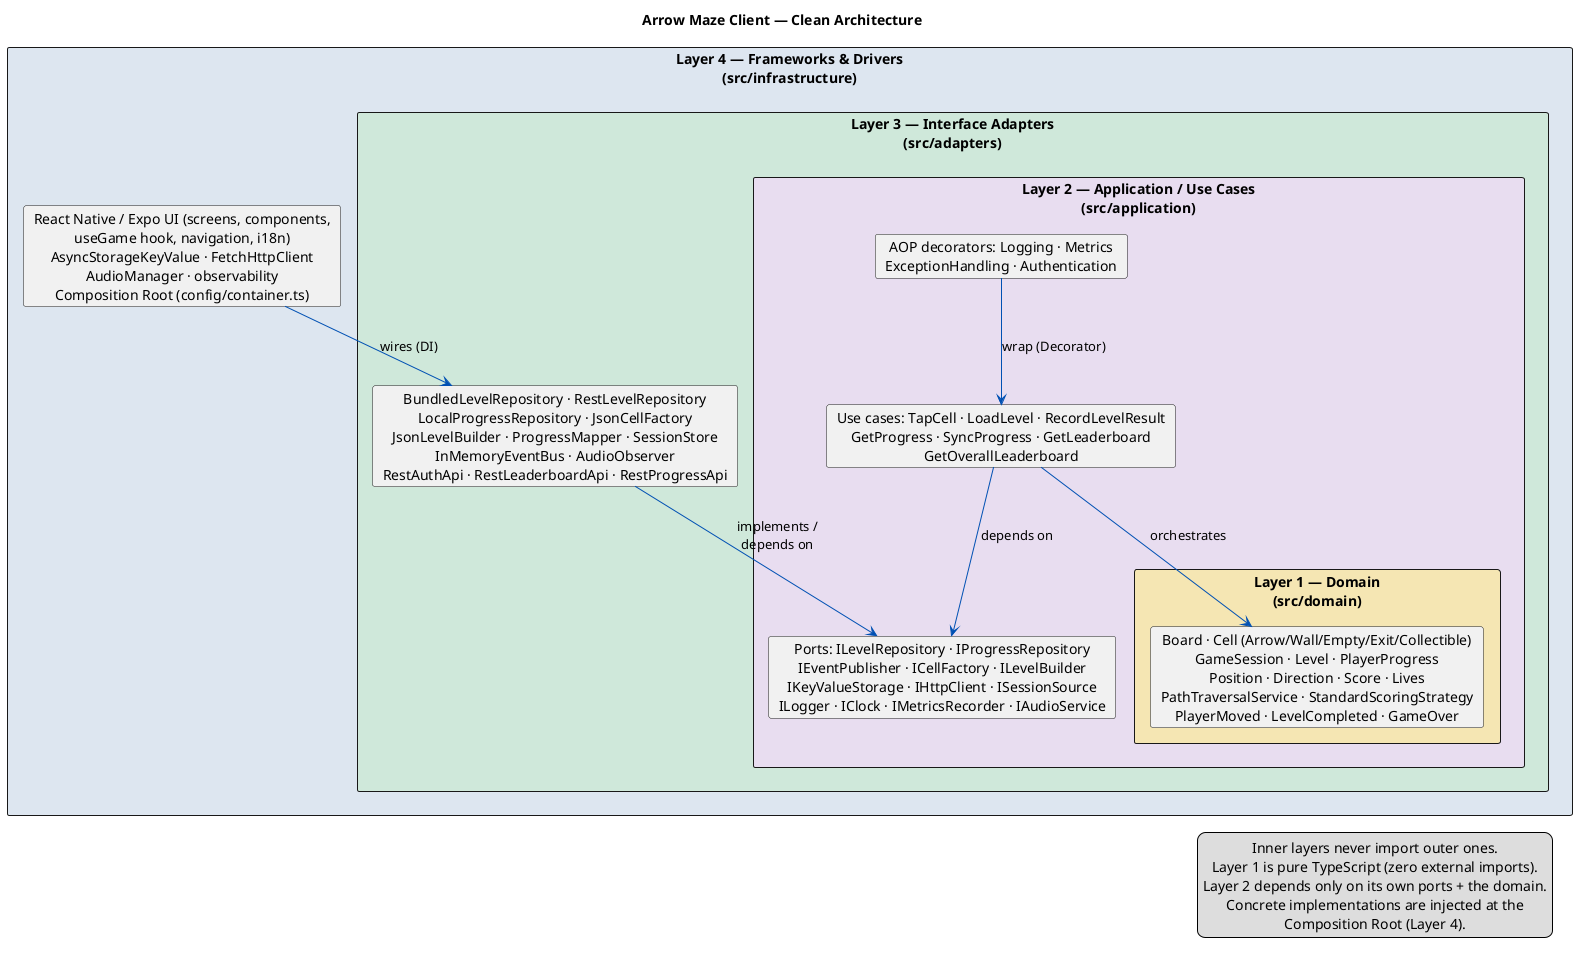
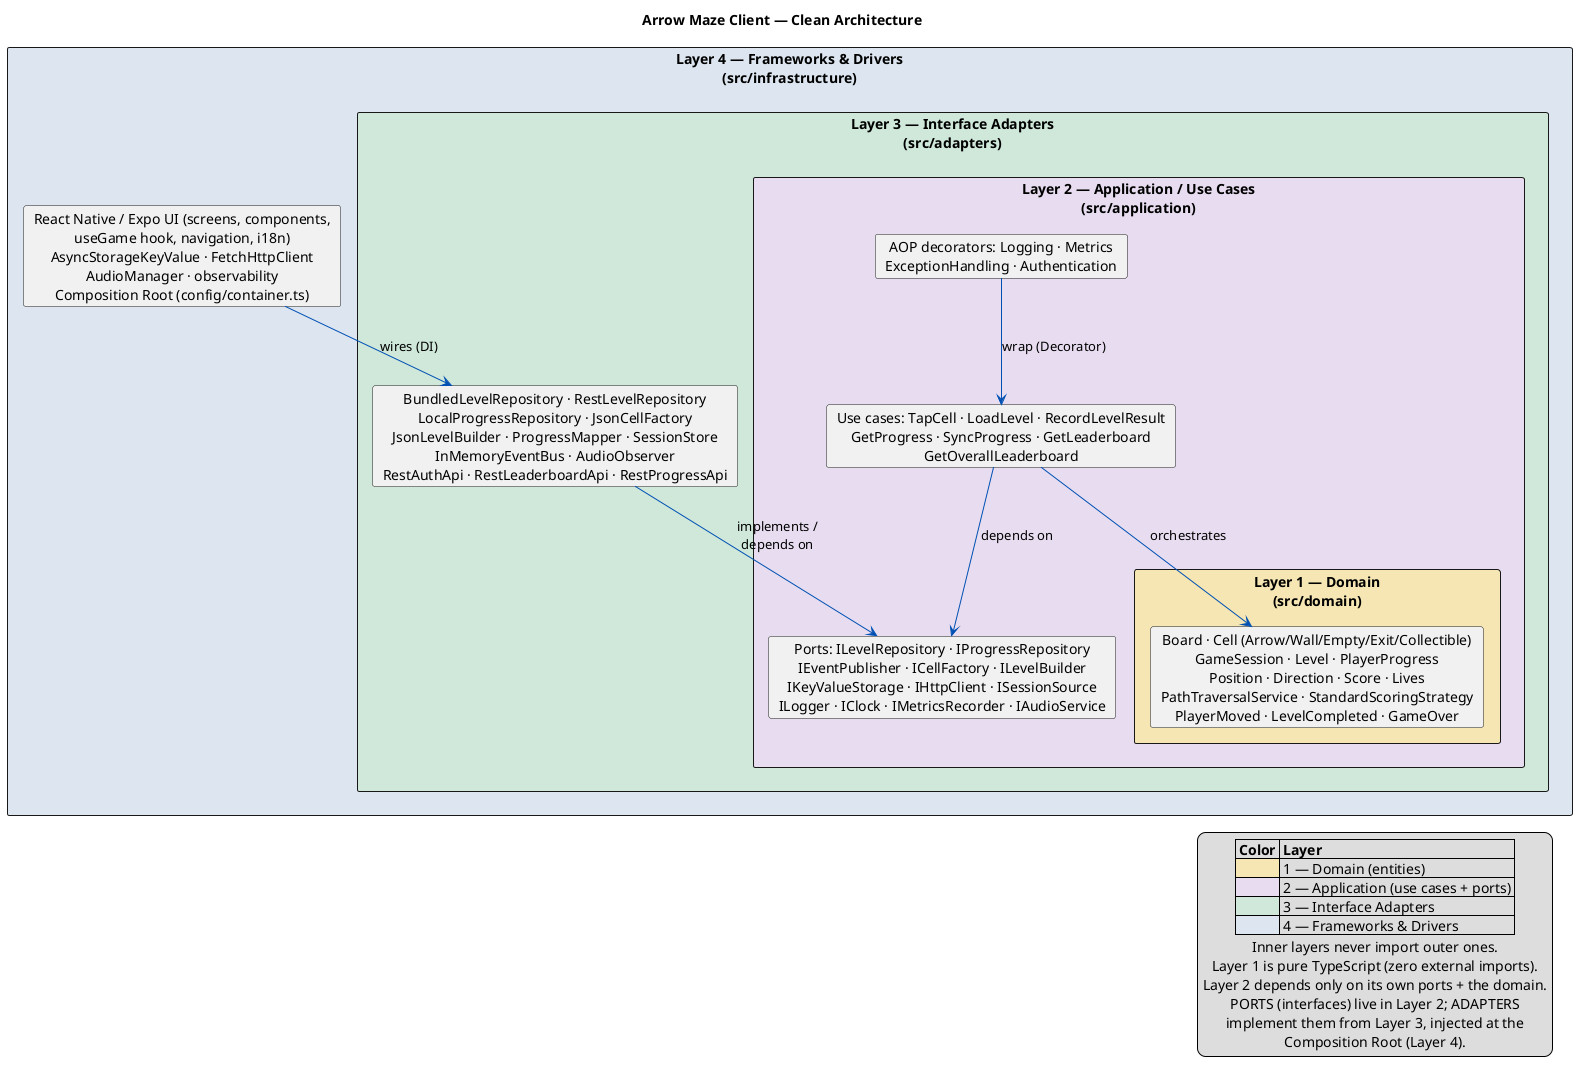
@startuml clean-architecture
' Arrow Maze Client — Clean Architecture (concentric layers, dependency rule)
' Editable source for docs/diagrams/clean-architecture.png (render with any
' PlantUML tool). Nested boxes = concentric rings; arrows always point INWARD.
title Arrow Maze Client — Clean Architecture

skinparam shadowing false
skinparam defaultTextAlignment center

rectangle "Layer 4 — Frameworks & Drivers\n(src/infrastructure)" #DDE6F0 {
  rectangle "Layer 3 — Interface Adapters\n(src/adapters)" #CFE8DA {
    rectangle "Layer 2 — Application / Use Cases\n(src/application)" #E8DDF0 {
      rectangle "Layer 1 — Domain\n(src/domain)" #F5E6B3 {
        card "Board · Cell (Arrow/Wall/Empty/Exit/Collectible)\nGameSession · Level · PlayerProgress\nPosition · Direction · Score · Lives\nPathTraversalService · StandardScoringStrategy\nPlayerMoved · LevelCompleted · GameOver" as DOMAIN
      }
      card "Use cases: TapCell · LoadLevel · RecordLevelResult\nGetProgress · SyncProgress · GetLeaderboard\nGetOverallLeaderboard" as USECASES
      card "Ports: ILevelRepository · IProgressRepository\nIEventPublisher · ICellFactory · ILevelBuilder\nIKeyValueStorage · IHttpClient · ISessionSource\nILogger · IClock · IMetricsRecorder · IAudioService" as PORTS
      card "AOP decorators: Logging · Metrics\nExceptionHandling · Authentication" as ASPECTS
    }
    card "BundledLevelRepository · RestLevelRepository\nLocalProgressRepository · JsonCellFactory\nJsonLevelBuilder · ProgressMapper · SessionStore\nInMemoryEventBus · AudioObserver\nRestAuthApi · RestLeaderboardApi · RestProgressApi" as ADAPTERS
  }
  card "React Native / Expo UI (screens, components,\nuseGame hook, navigation, i18n)\nAsyncStorageKeyValue · FetchHttpClient\nAudioManager · observability\nComposition Root (config/container.ts)" as INFRA
}

' Dependency rule: arrows always point INWARD
INFRA -[#0050B3]-> ADAPTERS : wires (DI)
ADAPTERS -[#0050B3]-> PORTS : implements /\ndepends on
USECASES -[#0050B3]-> PORTS : depends on
USECASES -[#0050B3]-> DOMAIN : orchestrates
ASPECTS -[#0050B3]-> USECASES : wrap (Decorator)

legend right
+   |= Color |= Layer |
+   |<#F5E6B3> | 1 — Domain (entities) |
+   |<#E8DDF0> | 2 — Application (use cases + ports) |
+   |<#CFE8DA> | 3 — Interface Adapters |
+   |<#DDE6F0> | 4 — Frameworks & Drivers |
  Inner layers never import outer ones.
  Layer 1 is pure TypeScript (zero external imports).
  Layer 2 depends only on its own ports + the domain.
-   Concrete implementations are injected at the
+   PORTS (interfaces) live in Layer 2; ADAPTERS
+   implement them from Layer 3, injected at the
  Composition Root (Layer 4).
endlegend
@enduml
